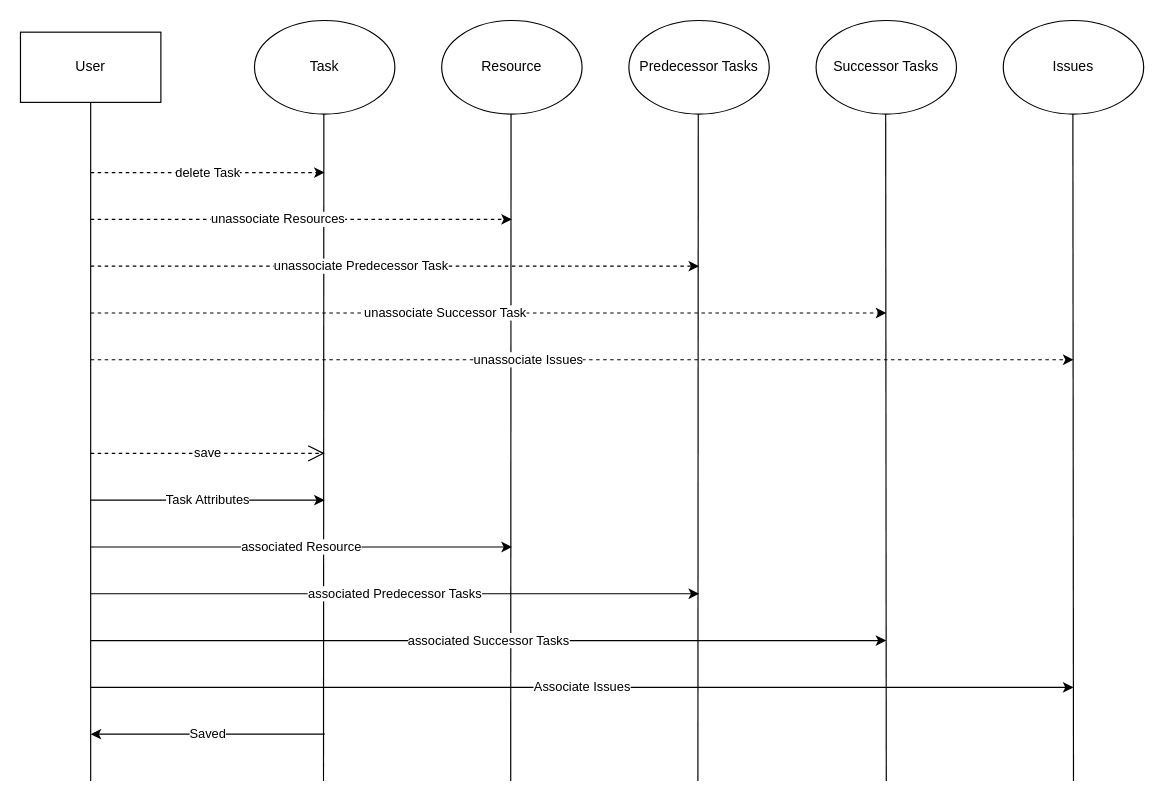
Above: diagrams/delete Task.drawio in alicebalayan/comp380---project3 (draw.io), before the change. Source tidied: cells renumbered, new cells numbered last; positions are measured from the earlier drawing's top-left corner, leaving out a move shared by most shapes. Both pictures are drawn from the tidied source at 117%, with x=0, y=0 at pixel (20, 20).
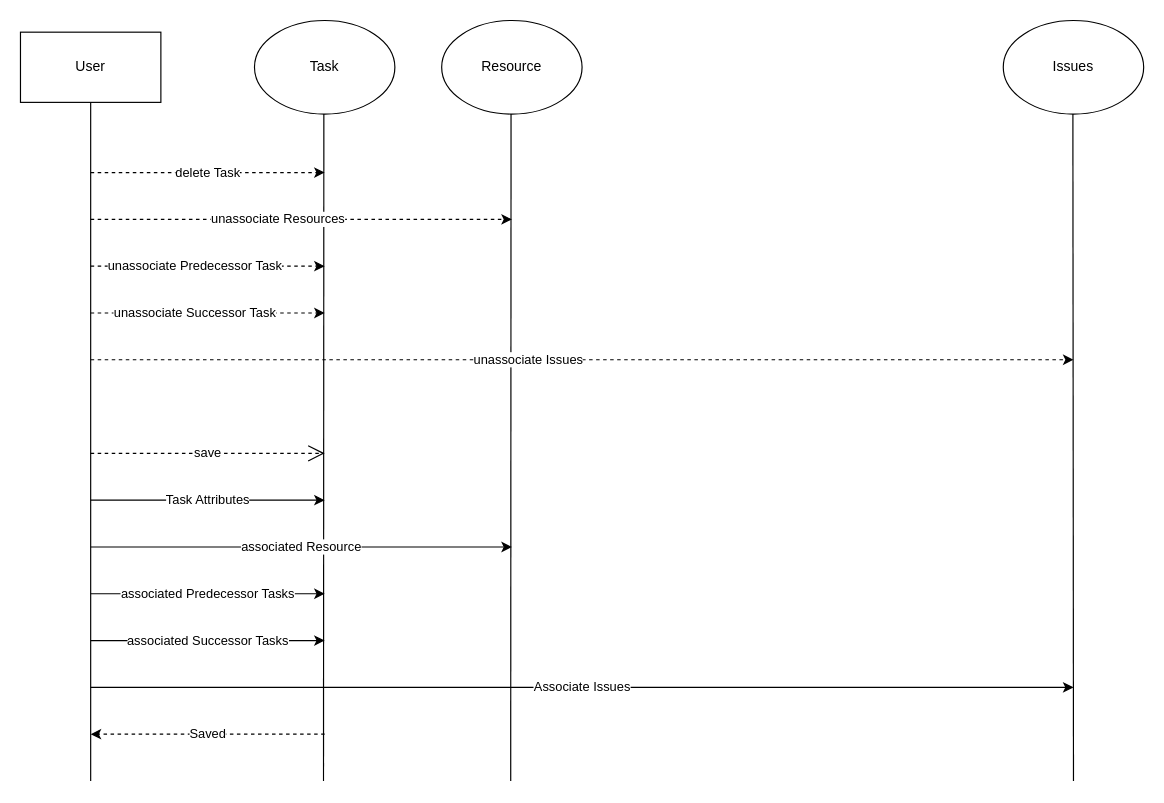
After the change.

The edit, as a diff of the source:
```diff
@@
-    <mxCell id="6" value="Predecessor Tasks" style="ellipse;whiteSpace=wrap;html=1;" parent="1" vertex="1">
-      <mxGeometry x="520" width="120" height="80" as="geometry" />
-    </mxCell>
@@
-    <mxCell id="9" style="endArrow=none;html=1;entryX=0.5;entryY=1;entryDx=0;entryDy=0;" parent="1" edge="1">
-      <mxGeometry relative="1" as="geometry">
-        <mxPoint x="579" y="650" as="sourcePoint" />
-        <mxPoint x="579.3" y="80" as="targetPoint" />
-      </mxGeometry>
-    </mxCell>
-    <mxCell id="10" value="Successor Tasks" style="ellipse;whiteSpace=wrap;html=1;" parent="1" vertex="1">
-      <mxGeometry x="680" width="120" height="80" as="geometry" />
-    </mxCell>
@@
-    <mxCell id="12" style="endArrow=none;html=1;entryX=0.5;entryY=1;entryDx=0;entryDy=0;" parent="1" edge="1">
-      <mxGeometry relative="1" as="geometry">
-        <mxPoint x="740" y="650" as="sourcePoint" />
-        <mxPoint x="739.5" y="80" as="targetPoint" />
-      </mxGeometry>
-    </mxCell>
@@
     <mxCell id="16" value="unassociate Predecessor Task" style="endArrow=classic;html=1;dashed=1;" parent="1" edge="1">
       <mxGeometry x="-0.11" relative="1" as="geometry">
         <mxPoint x="60" y="210" as="sourcePoint" />
-        <mxPoint x="580" y="210" as="targetPoint" />
+        <mxPoint x="260" y="210" as="targetPoint" />
       </mxGeometry>
     </mxCell>
     <mxCell id="17" value="unassociate Successor Task" style="endArrow=classic;html=1;dashed=1;" parent="1" edge="1">
       <mxGeometry x="-0.11" relative="1" as="geometry">
         <mxPoint x="60" y="250" as="sourcePoint" />
-        <mxPoint x="740" y="250" as="targetPoint" />
+        <mxPoint x="260" y="250" as="targetPoint" />
       </mxGeometry>
     </mxCell>
@@
     <mxCell id="22" value="associated Predecessor Tasks" style="endArrow=classic;html=1;" parent="1" edge="1">
       <mxGeometry relative="1" as="geometry">
         <mxPoint x="60" y="490" as="sourcePoint" />
-        <mxPoint x="580" y="490" as="targetPoint" />
+        <mxPoint x="260" y="490" as="targetPoint" />
       </mxGeometry>
     </mxCell>
     <mxCell id="23" value="associated Successor Tasks" style="endArrow=classic;html=1;" parent="1" edge="1">
       <mxGeometry relative="1" as="geometry">
         <mxPoint x="60" y="530" as="sourcePoint" />
-        <mxPoint x="740" y="530" as="targetPoint" />
+        <mxPoint x="260" y="530" as="targetPoint" />
       </mxGeometry>
     </mxCell>
@@
-    <mxCell id="25" value="Saved" style="endArrow=classic;html=1;" parent="1" edge="1">
+    <mxCell id="25" value="Saved" style="endArrow=classic;dashed=1;html=1;" parent="1" edge="1">
       <mxGeometry relative="1" as="geometry">
         <mxPoint x="260" y="610" as="sourcePoint" />
         <mxPoint x="60" y="610" as="targetPoint" />
       </mxGeometry>
     </mxCell>
```
